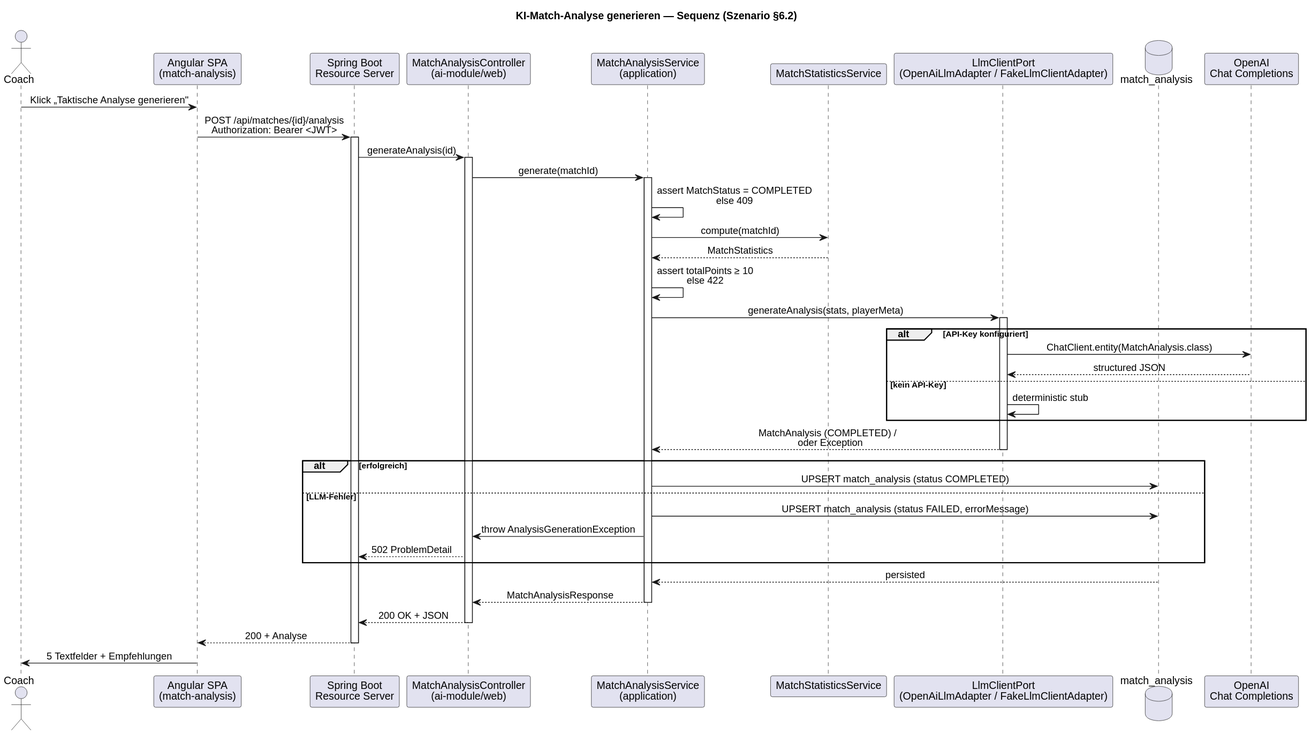
Above: doc/sad/diagrams/TSaS_Seq_GenerateAnalysis.svg in cbo1970/tsas (PlantUML), before the change. Source of this version:
```plantuml
@startuml
title KI-Match-Analyse generieren — Sequenz (Szenario §6.2)

skinparam sequenceMessageAlign center
skinparam shadowing false
skinparam defaultFontName Helvetica

actor Coach
participant "Angular SPA\n(match-analysis)" as FE
participant "Spring Boot\nResource Server" as API
participant "MatchAnalysisController\n(ai-module/web)" as Ctrl
participant "MatchAnalysisService\n(application)" as Svc
participant "MatchStatisticsService" as Stats
participant "LlmClientPort\n(OpenAiLlmAdapter / FakeLlmClientAdapter)" as Llm
database "match_analysis" as DB
participant "OpenAI\nChat Completions" as OpenAI

Coach -> FE : Klick „Taktische Analyse generieren"
FE -> API : POST /api/matches/{id}/analysis\nAuthorization: Bearer <JWT>
activate API
API -> Ctrl : generateAnalysis(id)
activate Ctrl
Ctrl -> Svc : generate(matchId)
activate Svc
Svc -> Svc : assert MatchStatus = COMPLETED\nelse 409
Svc -> Stats : compute(matchId)
Stats --> Svc : MatchStatistics
Svc -> Svc : assert totalPoints ≥ 10\nelse 422
Svc -> Llm : generateAnalysis(stats, playerMeta)
activate Llm
alt API-Key konfiguriert
  Llm -> OpenAI : ChatClient.entity(MatchAnalysis.class)
  OpenAI --> Llm : structured JSON
else kein API-Key
  Llm -> Llm : deterministic stub
end
Llm --> Svc : MatchAnalysis (COMPLETED) /\n  oder Exception
deactivate Llm
alt erfolgreich
  Svc -> DB : UPSERT match_analysis (status COMPLETED)
else LLM-Fehler
  Svc -> DB : UPSERT match_analysis (status FAILED, errorMessage)
  Svc -> Ctrl : throw AnalysisGenerationException
  Ctrl --> API : 502 ProblemDetail
end
DB --> Svc : persisted
Svc --> Ctrl : MatchAnalysisResponse
deactivate Svc
Ctrl --> API : 200 OK + JSON
deactivate Ctrl
API --> FE : 200 + Analyse
deactivate API
FE -> Coach : 5 Textfelder + Empfehlungen
@enduml
```
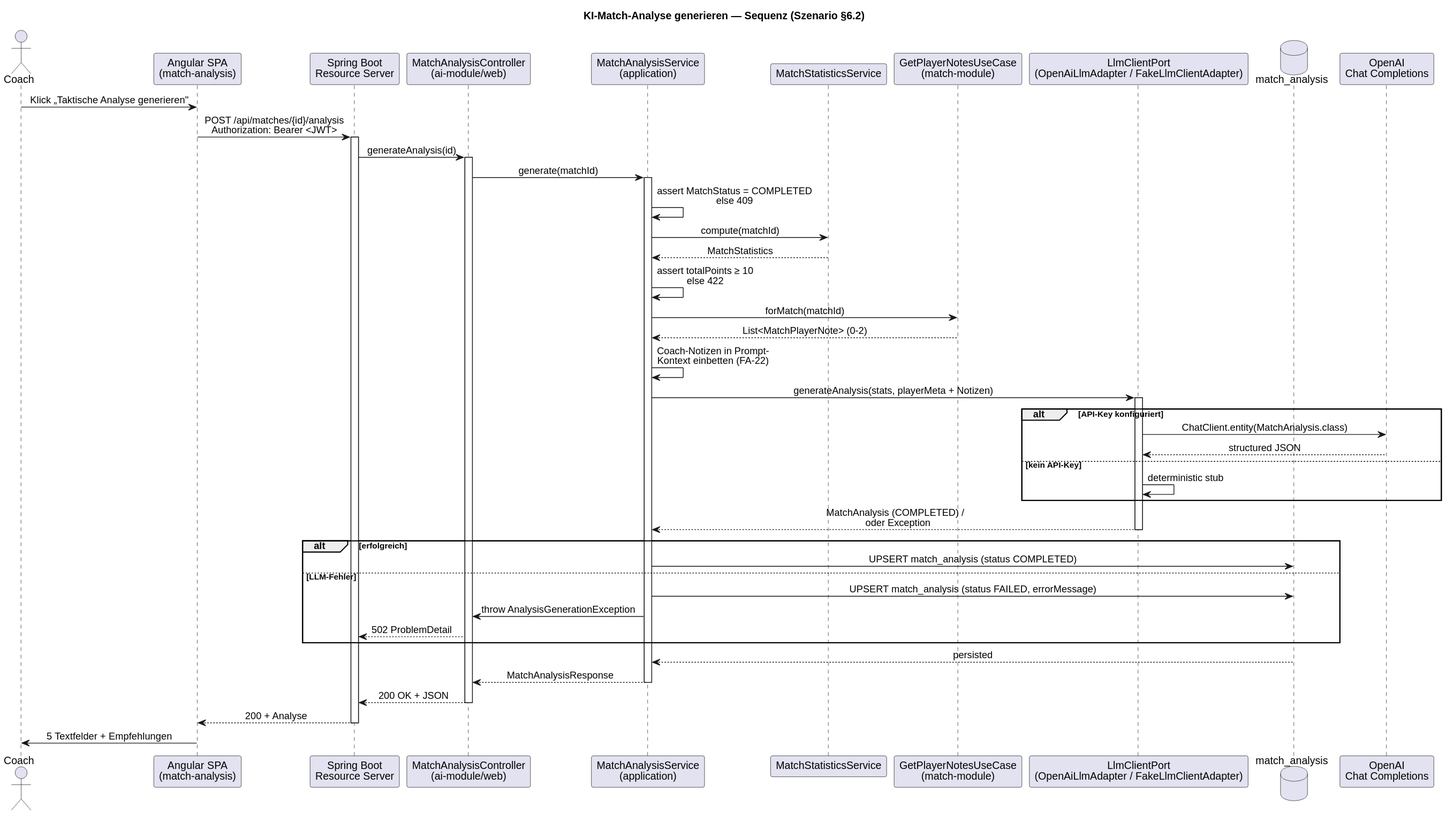
After the commit.

Commit message:
docs(sad): bring SAD + diagrams up to date (TEN-68 notes, Keycloak→Postgres) (#45)

Change to the diagram source:
```diff
@@ -11,6 +11,7 @@
 participant "MatchAnalysisController\n(ai-module/web)" as Ctrl
 participant "MatchAnalysisService\n(application)" as Svc
 participant "MatchStatisticsService" as Stats
+participant "GetPlayerNotesUseCase\n(match-module)" as Notes
 participant "LlmClientPort\n(OpenAiLlmAdapter / FakeLlmClientAdapter)" as Llm
 database "match_analysis" as DB
 participant "OpenAI\nChat Completions" as OpenAI
@@ -26,7 +27,10 @@
 Svc -> Stats : compute(matchId)
 Stats --> Svc : MatchStatistics
 Svc -> Svc : assert totalPoints ≥ 10\nelse 422
-Svc -> Llm : generateAnalysis(stats, playerMeta)
+Svc -> Notes : forMatch(matchId)
+Notes --> Svc : List<MatchPlayerNote> (0-2)
+Svc -> Svc : Coach-Notizen in Prompt-\nKontext einbetten (FA-22)
+Svc -> Llm : generateAnalysis(stats, playerMeta + Notizen)
 activate Llm
 alt API-Key konfiguriert
   Llm -> OpenAI : ChatClient.entity(MatchAnalysis.class)
```
